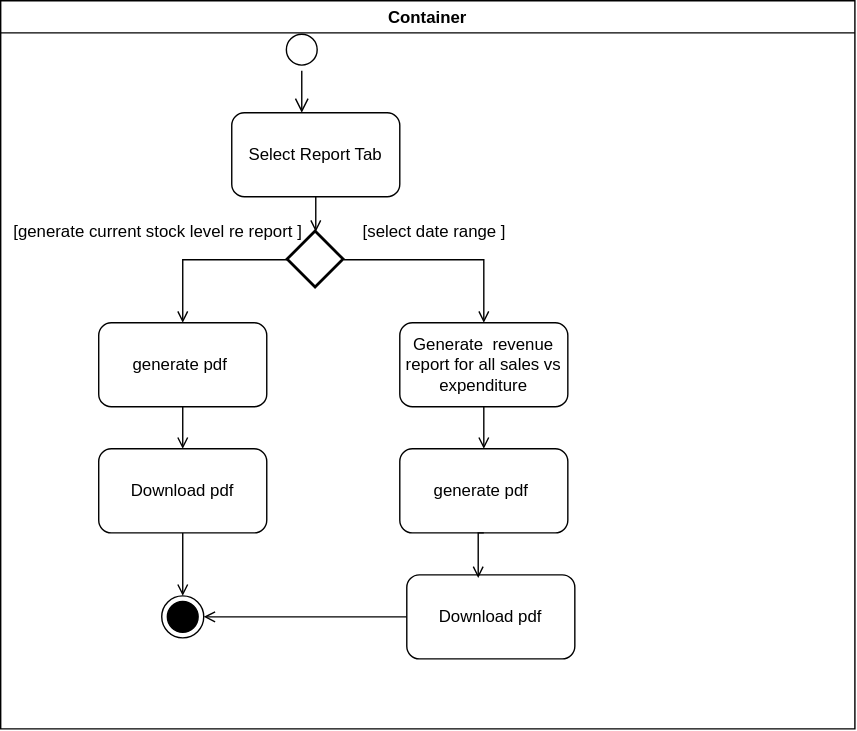
This is Documentation/Activity Diagrams/Reports&Analytics.drawio.svg from itudevs/SkinzoneNaturelAdmin, a draw.io export, as it was before one commit. Source tidied: cells renumbered, new cells last; positions are measured from the earlier drawing's top-left corner, leaving out a move shared by most shapes.
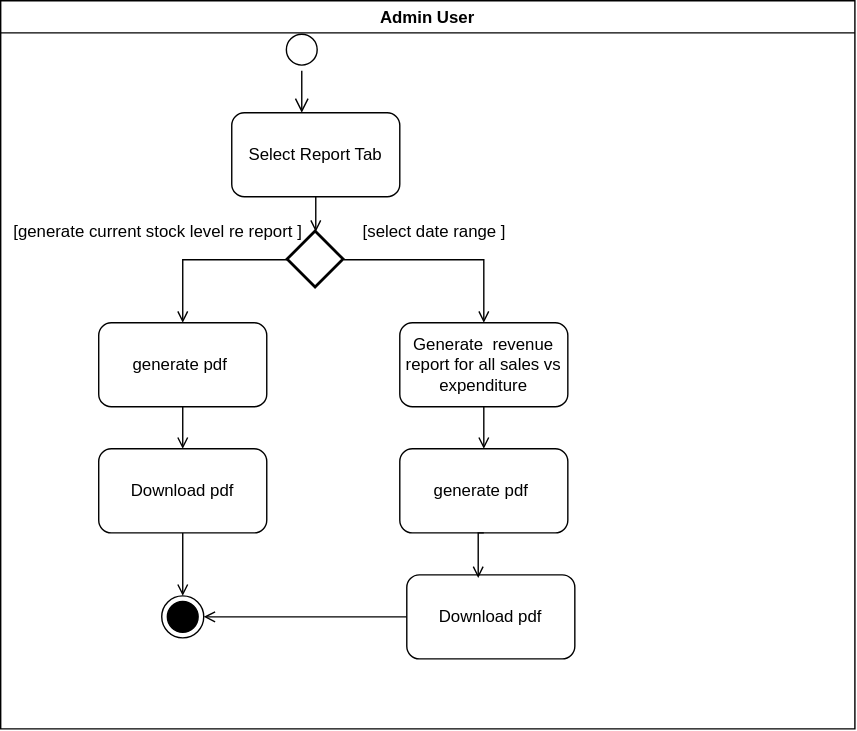
After the change.

What changed in the source:
```diff
@@ -15,7 +15,7 @@
         </Array>
       </mxGeometry>
     </mxCell>
-    <mxCell id="4" value="Container" style="swimlane;" parent="1" vertex="1">
+    <mxCell id="4" value="Admin User" style="swimlane;" parent="1" vertex="1">
       <mxGeometry width="610" height="520" as="geometry" />
     </mxCell>
     <mxCell id="5" value="Select Report Tab" style="rounded=1;whiteSpace=wrap;html=1;" parent="4" vertex="1">
```
